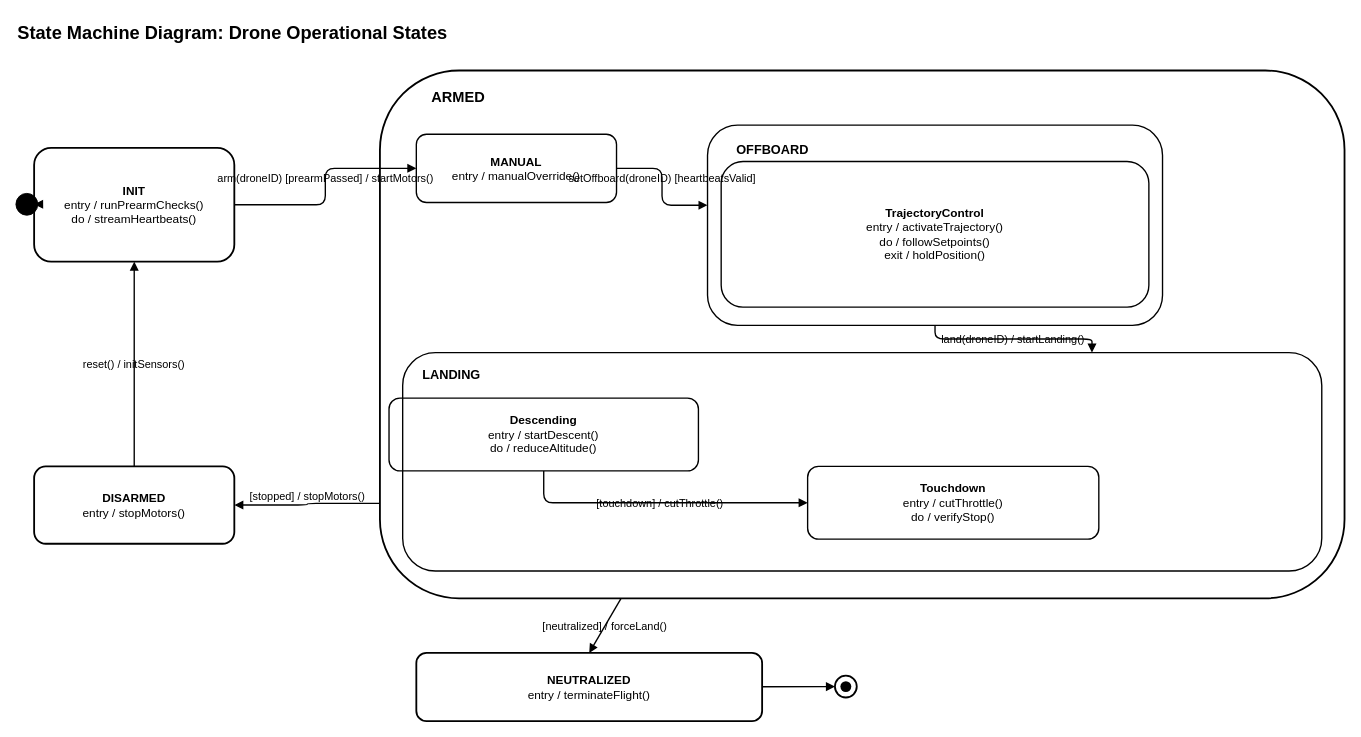
This is 10_state_drone.drawio from sjd-1214/diagrams, a draw.io file, before an edit. Source tidied: cells renumbered, new cells numbered last; positions are measured from the earlier drawing's top-left corner, leaving out a move shared by most shapes. Both pictures are drawn from the tidied source at 91%, with x=0, y=0 at pixel (15, 15).
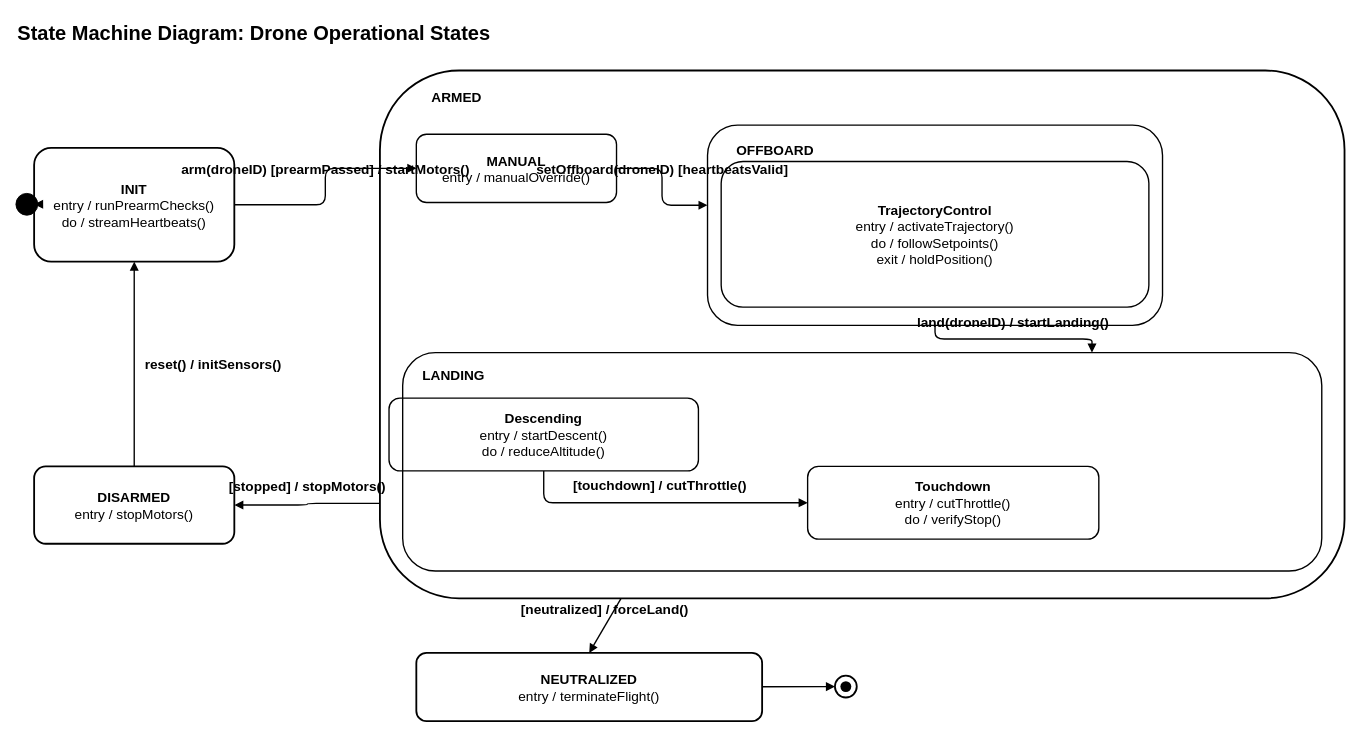
The same page after the edit.

The change refers to these unchanged cells:
```xml
<mxCell id="5" style="rounded=1;whiteSpace=wrap;html=1;fillColor=none;strokeColor=#000000;strokeWidth=2;align=left;spacingLeft=15;verticalAlign=top;spacingTop=10;fontSize=15;fontFamily=Helvetica;fontColor=#000000;" parent="1" vertex="1">
  <mxGeometry x="400" y="60" width="1060" height="580" as="geometry" />
</mxCell>
<mxCell id="8" style="rounded=1;whiteSpace=wrap;html=1;fillColor=none;strokeColor=#000000;strokeWidth=1.5;" parent="1" vertex="1">
  <mxGeometry x="760" y="120" width="500" height="220" as="geometry" />
</mxCell>
<mxCell id="11" style="rounded=1;whiteSpace=wrap;html=1;fillColor=none;strokeColor=#000000;strokeWidth=1.5;" parent="1" vertex="1">
  <mxGeometry x="425" y="370" width="1010" height="240" as="geometry" />
</mxCell>
```

What changed in the source:
```diff
@@
-    <mxCell id="2" value="&lt;b&gt;State Machine Diagram: Drone Operational States&lt;/b&gt;" style="text;html=1;fontFamily=Helvetica;fontColor=#000000;fontSize=20;fontStyle=1;fillColor=none;" parent="1" vertex="1">
+    <mxCell id="2" value="&lt;b&gt;State Machine Diagram: Drone Operational States&lt;/b&gt;" style="text;html=1;fontFamily=Helvetica;fontColor=#000000;fontSize=22;fontStyle=1;fillColor=none;" parent="1" vertex="1">
       <mxGeometry width="1100" height="35" as="geometry" />
     </mxCell>
@@
-    <mxCell id="4" value="&lt;b&gt;INIT&lt;/b&gt;&lt;br&gt;entry / runPrearmChecks()&lt;br&gt;do / streamHeartbeats()" style="rounded=1;whiteSpace=wrap;html=1;fillColor=none;strokeColor=#000000;strokeWidth=2;fontSize=13;fontFamily=Helvetica;fontColor=#000000;align=center;" parent="1" vertex="1">
+    <mxCell id="4" value="&lt;b&gt;INIT&lt;/b&gt;&lt;br&gt;entry / runPrearmChecks()&lt;br&gt;do / streamHeartbeats()" style="rounded=1;whiteSpace=wrap;html=1;fillColor=none;strokeColor=#000000;strokeWidth=2;fontSize=15;fontFamily=Helvetica;fontColor=#000000;align=center;" parent="1" vertex="1">
       <mxGeometry x="20" y="145" width="220" height="125" as="geometry" />
     </mxCell>
@@
-    <mxCell id="6" value="&lt;b&gt;ARMED&lt;/b&gt;" style="text;html=1;fontSize=16;fontFamily=Helvetica;fontStyle=1;fontColor=#000000;align=left;verticalAlign=middle;fillColor=none;" parent="1" vertex="1">
+    <mxCell id="6" value="&lt;b&gt;ARMED&lt;/b&gt;" style="text;html=1;fontSize=15;fontFamily=Helvetica;fontStyle=1;fontColor=#000000;align=left;verticalAlign=middle;fillColor=none;" parent="1" vertex="1">
       <mxGeometry x="455" y="75" width="120" height="28" as="geometry" />
     </mxCell>
-    <mxCell id="7" value="&lt;b&gt;MANUAL&lt;/b&gt;&lt;br&gt;entry / manualOverride()" style="rounded=1;whiteSpace=wrap;html=1;fillColor=none;strokeColor=#000000;strokeWidth=1.5;fontSize=13;fontFamily=Helvetica;fontColor=#000000;align=center;" parent="1" vertex="1">
+    <mxCell id="7" value="&lt;b&gt;MANUAL&lt;/b&gt;&lt;br&gt;entry / manualOverride()" style="rounded=1;whiteSpace=wrap;html=1;fillColor=none;strokeColor=#000000;strokeWidth=1.5;fontSize=15;fontFamily=Helvetica;fontColor=#000000;align=center;" parent="1" vertex="1">
       <mxGeometry x="440" y="130" width="220" height="75" as="geometry" />
     </mxCell>
@@
-    <mxCell id="9" value="&lt;b&gt;OFFBOARD&lt;/b&gt;" style="text;html=1;fontSize=14;fontFamily=Helvetica;fontColor=#000000;fillColor=none;" parent="1" vertex="1">
+    <mxCell id="9" value="&lt;b&gt;OFFBOARD&lt;/b&gt;" style="text;html=1;fontSize=15;fontFamily=Helvetica;fontColor=#000000;fillColor=none;" parent="1" vertex="1">
       <mxGeometry x="790" y="132" width="180" height="25" as="geometry" />
     </mxCell>
-    <mxCell id="10" value="&lt;b&gt;TrajectoryControl&lt;/b&gt;&lt;br&gt;entry / activateTrajectory()&lt;br&gt;do / followSetpoints()&lt;br&gt;exit / holdPosition()" style="rounded=1;whiteSpace=wrap;html=1;fillColor=none;strokeColor=#000000;strokeWidth=1.5;fontSize=13;fontFamily=Helvetica;fontColor=#000000;align=center;" parent="1" vertex="1">
+    <mxCell id="10" value="&lt;b&gt;TrajectoryControl&lt;/b&gt;&lt;br&gt;entry / activateTrajectory()&lt;br&gt;do / followSetpoints()&lt;br&gt;exit / holdPosition()" style="rounded=1;whiteSpace=wrap;html=1;fillColor=none;strokeColor=#000000;strokeWidth=1.5;fontSize=15;fontFamily=Helvetica;fontColor=#000000;align=center;" parent="1" vertex="1">
       <mxGeometry x="775" y="160" width="470" height="160" as="geometry" />
     </mxCell>
@@
-    <mxCell id="12" value="&lt;b&gt;LANDING&lt;/b&gt;" style="text;html=1;fontSize=14;fontFamily=Helvetica;fontColor=#000000;fillColor=none;" parent="1" vertex="1">
+    <mxCell id="12" value="&lt;b&gt;LANDING&lt;/b&gt;" style="text;html=1;fontSize=15;fontFamily=Helvetica;fontColor=#000000;fillColor=none;" parent="1" vertex="1">
       <mxGeometry x="445" y="380" width="180" height="25" as="geometry" />
     </mxCell>
-    <mxCell id="13" value="&lt;b&gt;Descending&lt;/b&gt;&lt;br&gt;entry / startDescent()&lt;br&gt;do / reduceAltitude()" style="rounded=1;whiteSpace=wrap;html=1;fillColor=none;strokeColor=#000000;strokeWidth=1.5;fontSize=13;fontFamily=Helvetica;fontColor=#000000;align=center;" parent="1" vertex="1">
+    <mxCell id="13" value="&lt;b&gt;Descending&lt;/b&gt;&lt;br&gt;entry / startDescent()&lt;br&gt;do / reduceAltitude()" style="rounded=1;whiteSpace=wrap;html=1;fillColor=none;strokeColor=#000000;strokeWidth=1.5;fontSize=15;fontFamily=Helvetica;fontColor=#000000;align=center;" parent="1" vertex="1">
       <mxGeometry x="410" y="420" width="340" height="80" as="geometry" />
     </mxCell>
-    <mxCell id="14" value="&lt;b&gt;Touchdown&lt;/b&gt;&lt;br&gt;entry / cutThrottle()&lt;br&gt;do / verifyStop()" style="rounded=1;whiteSpace=wrap;html=1;fillColor=none;strokeColor=#000000;strokeWidth=1.5;fontSize=13;fontFamily=Helvetica;fontColor=#000000;align=center;" parent="1" vertex="1">
+    <mxCell id="14" value="&lt;b&gt;Touchdown&lt;/b&gt;&lt;br&gt;entry / cutThrottle()&lt;br&gt;do / verifyStop()" style="rounded=1;whiteSpace=wrap;html=1;fillColor=none;strokeColor=#000000;strokeWidth=1.5;fontSize=15;fontFamily=Helvetica;fontColor=#000000;align=center;" parent="1" vertex="1">
       <mxGeometry x="870" y="495" width="320" height="80" as="geometry" />
     </mxCell>
-    <mxCell id="15" value="&lt;b&gt;DISARMED&lt;/b&gt;&lt;br&gt;entry / stopMotors()" style="rounded=1;whiteSpace=wrap;html=1;fillColor=none;strokeColor=#000000;strokeWidth=2;fontSize=13;fontFamily=Helvetica;fontColor=#000000;align=center;" parent="1" vertex="1">
+    <mxCell id="15" value="&lt;b&gt;DISARMED&lt;/b&gt;&lt;br&gt;entry / stopMotors()" style="rounded=1;whiteSpace=wrap;html=1;fillColor=none;strokeColor=#000000;strokeWidth=2;fontSize=15;fontFamily=Helvetica;fontColor=#000000;align=center;" parent="1" vertex="1">
       <mxGeometry x="20" y="495" width="220" height="85" as="geometry" />
     </mxCell>
-    <mxCell id="16" value="&lt;b&gt;NEUTRALIZED&lt;/b&gt;&lt;br&gt;entry / terminateFlight()" style="rounded=1;whiteSpace=wrap;html=1;fillColor=none;strokeColor=#000000;strokeWidth=2;fontSize=13;fontFamily=Helvetica;fontColor=#000000;align=center;" parent="1" vertex="1">
+    <mxCell id="16" value="&lt;b&gt;NEUTRALIZED&lt;/b&gt;&lt;br&gt;entry / terminateFlight()" style="rounded=1;whiteSpace=wrap;html=1;fillColor=none;strokeColor=#000000;strokeWidth=2;fontSize=15;fontFamily=Helvetica;fontColor=#000000;align=center;" parent="1" vertex="1">
       <mxGeometry x="440" y="700" width="380" height="75" as="geometry" />
     </mxCell>
@@
-    <mxCell id="20" value="arm(droneID) [prearmPassed] / startMotors()" style="edgeStyle=orthogonalEdgeStyle;rounded=1;html=1;endArrow=block;strokeColor=#000000;fontSize=12;fontFamily=Helvetica;fontColor=#000000;strokeWidth=1.5;exitX=1;exitY=0.5;entryX=0;entryY=0.5;verticalAlign=bottom;labelBackgroundColor=none;" parent="1" edge="1" source="4" target="7">
+    <mxCell id="20" value="arm(droneID) [prearmPassed] / startMotors()" style="edgeStyle=orthogonalEdgeStyle;rounded=1;html=1;endArrow=block;strokeColor=#000000;fontSize=15;fontFamily=Helvetica;fontColor=#000000;strokeWidth=1.5;exitX=1;exitY=0.5;entryX=0;entryY=0.5;verticalAlign=bottom;labelBackgroundColor=none;spacingBottom=8;spacingLeft=10;spacingRight=10;fontStyle=1;" parent="1" edge="1" source="4" target="7">
       <mxGeometry relative="1" as="geometry" />
     </mxCell>
-    <mxCell id="21" value="setOffboard(droneID) [heartbeatsValid]" style="edgeStyle=orthogonalEdgeStyle;rounded=1;html=1;endArrow=block;strokeColor=#000000;fontSize=12;fontFamily=Helvetica;fontColor=#000000;strokeWidth=1.5;exitX=1;exitY=0.5;entryX=0;entryY=0.4;verticalAlign=bottom;labelBackgroundColor=none;" parent="1" edge="1" source="7" target="8">
+    <mxCell id="21" value="setOffboard(droneID) [heartbeatsValid]" style="edgeStyle=orthogonalEdgeStyle;rounded=1;html=1;endArrow=block;strokeColor=#000000;fontSize=15;fontFamily=Helvetica;fontColor=#000000;strokeWidth=1.5;exitX=1;exitY=0.5;entryX=0;entryY=0.4;verticalAlign=bottom;labelBackgroundColor=none;spacingBottom=8;spacingLeft=10;spacingRight=10;fontStyle=1;" parent="1" edge="1" source="7" target="8">
       <mxGeometry relative="1" as="geometry" />
     </mxCell>
-    <mxCell id="22" value="land(droneID) / startLanding()" style="edgeStyle=orthogonalEdgeStyle;rounded=1;endArrow=block;strokeColor=#000000;strokeWidth=1.5;fontSize=12;fontFamily=Helvetica;fontColor=#000000;exitX=0.5;exitY=1;entryX=0.75;entryY=0;labelBackgroundColor=none;" parent="1" edge="1" source="8" target="11">
+    <mxCell id="22" value="land(droneID) / startLanding()" style="edgeStyle=orthogonalEdgeStyle;rounded=1;endArrow=block;strokeColor=#000000;strokeWidth=1.5;fontSize=15;fontFamily=Helvetica;fontColor=#000000;exitX=0.5;exitY=1;entryX=0.75;entryY=0;labelBackgroundColor=none;verticalAlign=bottom;spacingBottom=8;spacingLeft=10;spacingRight=10;fontStyle=1;" parent="1" edge="1" source="8" target="11">
       <mxGeometry relative="1" as="geometry" />
     </mxCell>
-    <mxCell id="23" value="[touchdown] / cutThrottle()" style="edgeStyle=orthogonalEdgeStyle;rounded=1;endArrow=block;strokeColor=#000000;strokeWidth=1.5;fontSize=12;fontFamily=Helvetica;fontColor=#000000;exitX=0.5;exitY=1;entryX=0;entryY=0.5;labelBackgroundColor=none;" parent="1" edge="1" source="13" target="14">
+    <mxCell id="23" value="[touchdown] / cutThrottle()" style="edgeStyle=orthogonalEdgeStyle;rounded=1;endArrow=block;strokeColor=#000000;strokeWidth=1.5;fontSize=15;fontFamily=Helvetica;fontColor=#000000;exitX=0.5;exitY=1;entryX=0;entryY=0.5;labelBackgroundColor=none;verticalAlign=bottom;spacingBottom=8;spacingLeft=10;spacingRight=10;fontStyle=1;" parent="1" edge="1" source="13" target="14">
       <mxGeometry relative="1" as="geometry" />
     </mxCell>
-    <mxCell id="24" value="[stopped] / stopMotors()" style="edgeStyle=orthogonalEdgeStyle;rounded=1;html=1;endArrow=block;strokeColor=#000000;strokeWidth=1.5;fontSize=12;fontFamily=Helvetica;fontColor=#000000;exitX=0;exitY=0.82;entryX=1;entryY=0.5;verticalAlign=bottom;labelBackgroundColor=none;" parent="1" edge="1" source="5" target="15">
+    <mxCell id="24" value="[stopped] / stopMotors()" style="edgeStyle=orthogonalEdgeStyle;rounded=1;html=1;endArrow=block;strokeColor=#000000;strokeWidth=1.5;fontSize=15;fontFamily=Helvetica;fontColor=#000000;exitX=0;exitY=0.82;entryX=1;entryY=0.5;verticalAlign=bottom;labelBackgroundColor=none;spacingBottom=8;spacingLeft=10;spacingRight=10;fontStyle=1;" parent="1" edge="1" source="5" target="15">
       <mxGeometry relative="1" as="geometry" />
     </mxCell>
-    <mxCell id="25" value="reset() / initSensors()" style="endArrow=block;strokeColor=#000000;strokeWidth=1.5;fontSize=12;fontFamily=Helvetica;fontColor=#000000;exitX=0.5;exitY=0;entryX=0.5;entryY=1;labelBackgroundColor=none;" parent="1" edge="1" source="15" target="4">
+    <mxCell id="25" value="reset() / initSensors()" style="endArrow=block;strokeColor=#000000;strokeWidth=1.5;fontSize=15;fontFamily=Helvetica;fontColor=#000000;exitX=0.5;exitY=0;entryX=0.5;entryY=1;labelBackgroundColor=none;align=left;labelPosition=right;spacingLeft=10;verticalAlign=middle;fontStyle=1;" parent="1" edge="1" source="15" target="4">
       <mxGeometry relative="1" as="geometry" />
     </mxCell>
-    <mxCell id="26" value="[neutralized] / forceLand()" style="endArrow=block;strokeColor=#000000;strokeWidth=1.5;fontSize=12;fontFamily=Helvetica;fontColor=#000000;exitX=0.25;exitY=1;entryX=0.5;entryY=0;labelBackgroundColor=none;" parent="1" edge="1" source="5" target="16">
+    <mxCell id="26" value="[neutralized] / forceLand()" style="endArrow=block;strokeColor=#000000;strokeWidth=1.5;fontSize=15;fontFamily=Helvetica;fontColor=#000000;exitX=0.25;exitY=1;entryX=0.5;entryY=0;labelBackgroundColor=none;verticalAlign=bottom;spacingBottom=8;spacingLeft=10;spacingRight=10;fontStyle=1;" parent="1" edge="1" source="5" target="16">
       <mxGeometry relative="1" as="geometry" />
     </mxCell>
```
